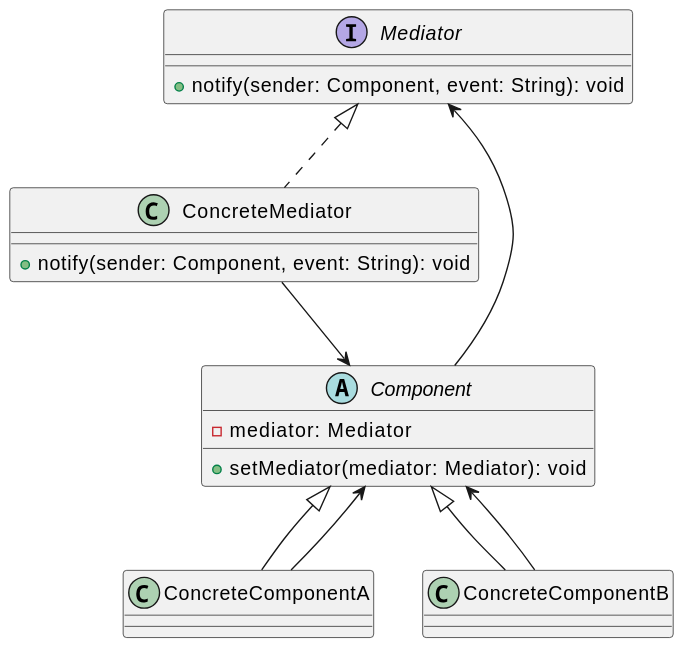
Before: out/patterns/mediator/mediator.svg, a diagram exported from PlantUML (KubEF/architecture-learn-materials). Source of this version:
```plantuml
@startuml
interface Mediator {
    +notify(sender: Component, event: String): void
}

class ConcreteMediator implements Mediator {
    +notify(sender: Component, event: String): void
}

abstract class Component {
    -mediator: Mediator
    +setMediator(mediator: Mediator): void
}

class ConcreteComponentA extends Component {}
class ConcreteComponentB extends Component {}

Component --> Mediator
ConcreteComponentA --> Component
ConcreteComponentB --> Component
ConcreteMediator --> Component
@enduml
```
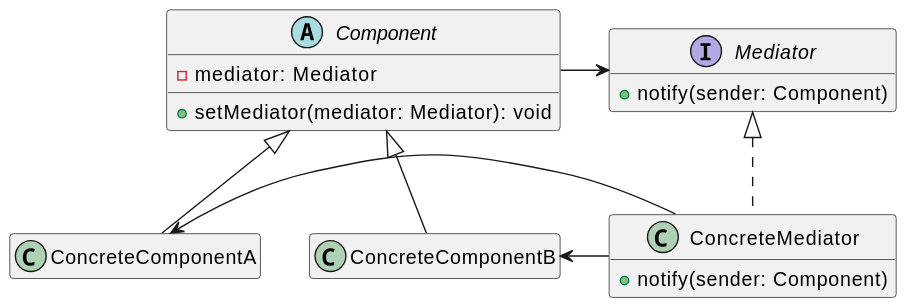
The same diagram one commit later.

What changed in the source:
```diff
@@ -1,10 +1,12 @@
 @startuml
+hide empty members
+
 interface Mediator {
-    +notify(sender: Component, event: String): void
+    +notify(sender: Component)
 }
 
 class ConcreteMediator implements Mediator {
-    +notify(sender: Component, event: String): void
+    +notify(sender: Component)
 }
 
 abstract class Component {
@@ -15,8 +17,7 @@
 class ConcreteComponentA extends Component {}
 class ConcreteComponentB extends Component {}
 
-Component --> Mediator
-ConcreteComponentA --> Component
-ConcreteComponentB --> Component
-ConcreteMediator --> Component
+Component -> Mediator
+ConcreteComponentA <- ConcreteMediator
+ConcreteComponentB <- ConcreteMediator
 @enduml
```
